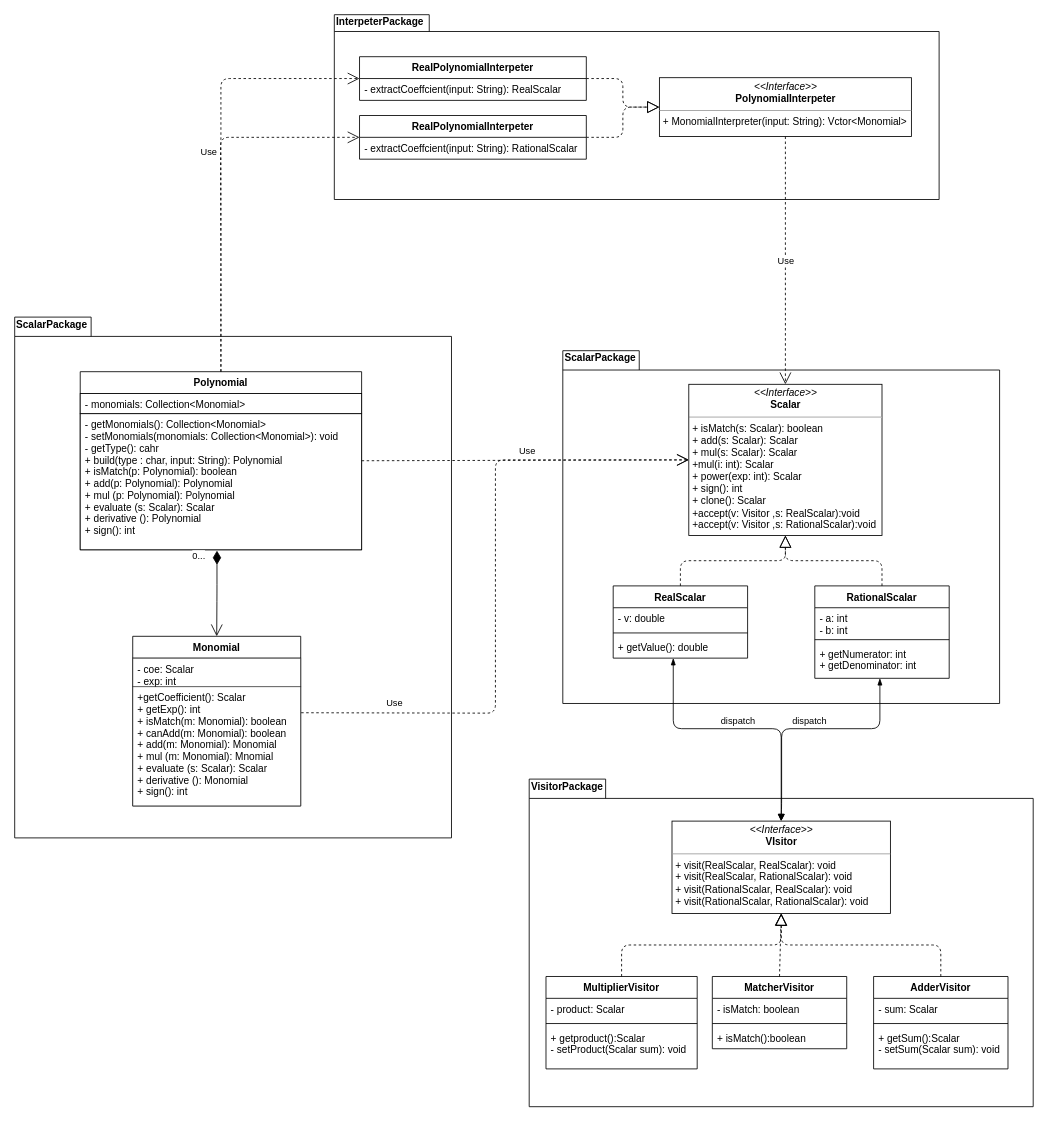
EE-OOP/Ex2 keeps this draw.io diagram as POOP.hw2Diagram.drawio. Above is the earlier version. Source tidied: cells renumbered, new cells numbered last; positions are measured from the earlier drawing's top-left corner, leaving out a move shared by most shapes. Both pictures are drawn from the tidied source at 84%, with x=0, y=0 at pixel (14, 14).
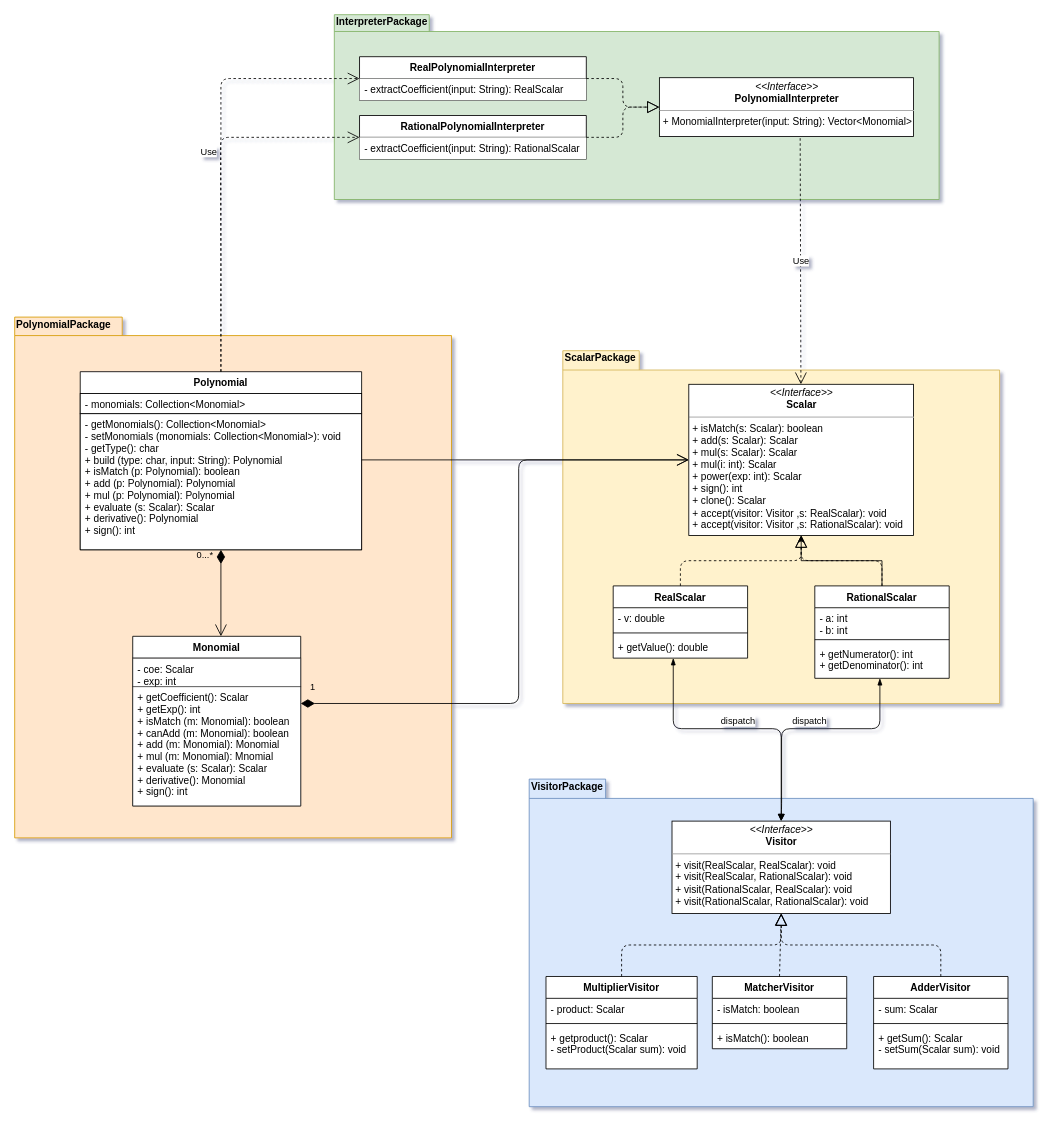
After the change.

The change refers to these unchanged cells:
```xml
<mxCell id="43" value="Polynomial" style="swimlane;fontStyle=1;align=center;verticalAlign=top;horizontal=1;startSize=26;labelBackgroundColor=none;" parent="1" vertex="1">
  <mxGeometry x="78" y="425" width="335" height="212" as="geometry" />
</mxCell>
```

Change to the diagram source:
```diff
@@
-<mxGraphModel>
+<mxGraphModel shadow="1">
@@
-    <mxCell id="2" value="ScalarPackage" style="shape=folder;fontStyle=1;spacingTop=-5;tabWidth=91;tabHeight=23;tabPosition=left;html=1;align=left;verticalAlign=top;" parent="1" vertex="1">
+    <mxCell id="2" value="ScalarPackage" style="shape=folder;fontStyle=1;spacingTop=-5;tabWidth=91;tabHeight=23;tabPosition=left;html=1;align=left;verticalAlign=top;fillColor=#fff2cc;strokeColor=#d6b656;" parent="1" vertex="1">
       <mxGeometry x="652.5" y="400" width="520" height="420" as="geometry" />
     </mxCell>
-    <mxCell id="3" value="VisitorPackage" style="shape=folder;fontStyle=1;spacingTop=-5;tabWidth=91;tabHeight=23;tabPosition=left;html=1;align=left;verticalAlign=top;" parent="1" vertex="1">
+    <mxCell id="3" value="VisitorPackage" style="shape=folder;fontStyle=1;spacingTop=-5;tabWidth=91;tabHeight=23;tabPosition=left;html=1;align=left;verticalAlign=top;fillColor=#dae8fc;strokeColor=#6c8ebf;" parent="1" vertex="1">
       <mxGeometry x="612.5" y="910" width="600" height="390" as="geometry" />
     </mxCell>
-    <mxCell id="4" value="InterpeterPackage" style="shape=folder;fontStyle=1;spacingTop=-5;tabWidth=113;tabHeight=20;tabPosition=left;html=1;align=left;verticalAlign=top;" parent="1" vertex="1">
+    <mxCell id="4" value="InterpreterPackage" style="shape=folder;fontStyle=1;spacingTop=-5;tabWidth=113;tabHeight=20;tabPosition=left;html=1;align=left;verticalAlign=top;fillColor=#d5e8d4;strokeColor=#82b366;" parent="1" vertex="1">
       <mxGeometry x="380.5" width="720" height="220" as="geometry" />
     </mxCell>
-    <mxCell id="5" value="&lt;p style=&quot;margin: 0px ; margin-top: 4px ; text-align: center&quot;&gt;&lt;i&gt;&amp;lt;&amp;lt;Interface&amp;gt;&amp;gt;&lt;/i&gt;&lt;br&gt;&lt;b&gt;VIsitor&lt;/b&gt;&lt;/p&gt;&lt;hr size=&quot;1&quot;&gt;&lt;p style=&quot;margin: 0px ; margin-left: 4px&quot;&gt;+ visit(RealScalar, RealScalar): void&lt;br&gt;+ visit(RealScalar, RationalScalar): void&lt;br&gt;&lt;/p&gt;&lt;p style=&quot;margin: 0px ; margin-left: 4px&quot;&gt;+ visit(RationalScalar, RealScalar): void&lt;br&gt;&lt;/p&gt;&lt;p style=&quot;margin: 0px ; margin-left: 4px&quot;&gt;+ visit(RationalScalar, RationalScalar): void&lt;br&gt;&lt;/p&gt;" style="verticalAlign=top;align=left;overflow=fill;fontSize=12;fontFamily=Helvetica;html=1;" parent="1" vertex="1">
+    <mxCell id="5" value="&lt;p style=&quot;margin: 0px ; margin-top: 4px ; text-align: center&quot;&gt;&lt;i&gt;&amp;lt;&amp;lt;Interface&amp;gt;&amp;gt;&lt;/i&gt;&lt;br&gt;&lt;b&gt;Visitor&lt;/b&gt;&lt;/p&gt;&lt;hr size=&quot;1&quot;&gt;&lt;p style=&quot;margin: 0px ; margin-left: 4px&quot;&gt;+ visit(RealScalar, RealScalar): void&lt;br&gt;+ visit(RealScalar, RationalScalar): void&lt;br&gt;&lt;/p&gt;&lt;p style=&quot;margin: 0px ; margin-left: 4px&quot;&gt;+ visit(RationalScalar, RealScalar): void&lt;br&gt;&lt;/p&gt;&lt;p style=&quot;margin: 0px ; margin-left: 4px&quot;&gt;+ visit(RationalScalar, RationalScalar): void&lt;br&gt;&lt;/p&gt;" style="verticalAlign=top;align=left;overflow=fill;fontSize=12;fontFamily=Helvetica;html=1;" parent="1" vertex="1">
       <mxGeometry x="782.5" y="960" width="260" height="110" as="geometry" />
     </mxCell>
-    <mxCell id="6" value="MatcherVisitor" style="swimlane;fontStyle=1;align=center;verticalAlign=top;horizontal=1;startSize=26;" parent="1" vertex="1">
+    <mxCell id="6" value="MatcherVisitor" style="swimlane;fontStyle=1;align=center;verticalAlign=top;horizontal=1;startSize=26;swimlaneFillColor=#ffffff;" parent="1" vertex="1">
       <mxGeometry x="830.5" y="1145" width="160" height="86" as="geometry" />
     </mxCell>
@@
-    <mxCell id="9" value="+ isMatch():boolean" style="text;strokeColor=none;fillColor=none;align=left;verticalAlign=top;spacingLeft=4;spacingRight=4;overflow=hidden;" parent="6" vertex="1">
+    <mxCell id="9" value="+ isMatch(): boolean" style="text;strokeColor=none;fillColor=none;align=left;verticalAlign=top;spacingLeft=4;spacingRight=4;overflow=hidden;" parent="6" vertex="1">
       <mxGeometry y="60" width="160" height="26" as="geometry" />
     </mxCell>
-    <mxCell id="10" value="MultiplierVisitor" style="swimlane;fontStyle=1;align=center;verticalAlign=top;horizontal=1;startSize=26;" parent="1" vertex="1">
+    <mxCell id="10" value="MultiplierVisitor" style="swimlane;fontStyle=1;align=center;verticalAlign=top;horizontal=1;startSize=26;swimlaneFillColor=#ffffff;" parent="1" vertex="1">
       <mxGeometry x="632.5" y="1145" width="180" height="110" as="geometry" />
     </mxCell>
@@
-    <mxCell id="13" value="+ getproduct():Scalar&#10;- setProduct(Scalar sum): void&#10;" style="text;align=left;verticalAlign=top;spacingLeft=4;spacingRight=4;overflow=hidden;labelBackgroundColor=none;" parent="10" vertex="1">
+    <mxCell id="13" value="+ getproduct(): Scalar&#10;- setProduct(Scalar sum): void&#10;" style="text;align=left;verticalAlign=top;spacingLeft=4;spacingRight=4;overflow=hidden;labelBackgroundColor=none;" parent="10" vertex="1">
       <mxGeometry y="60" width="180" height="50" as="geometry" />
     </mxCell>
-    <mxCell id="14" value="AdderVisitor" style="swimlane;fontStyle=1;align=center;verticalAlign=top;horizontal=1;startSize=26;" parent="1" vertex="1">
+    <mxCell id="14" value="AdderVisitor" style="swimlane;fontStyle=1;align=center;verticalAlign=top;horizontal=1;startSize=26;swimlaneFillColor=#ffffff;" parent="1" vertex="1">
       <mxGeometry x="1022.5" y="1145" width="160" height="110" as="geometry" />
     </mxCell>
@@
-    <mxCell id="17" value="+ getSum():Scalar&#10;- setSum(Scalar sum): void&#10;" style="text;align=left;verticalAlign=top;spacingLeft=4;spacingRight=4;overflow=hidden;labelBackgroundColor=#ffffff;" parent="14" vertex="1">
+    <mxCell id="17" value="+ getSum(): Scalar&#10;- setSum(Scalar sum): void&#10;" style="text;align=left;verticalAlign=top;spacingLeft=4;spacingRight=4;overflow=hidden;labelBackgroundColor=#ffffff;" parent="14" vertex="1">
       <mxGeometry y="60" width="160" height="50" as="geometry" />
     </mxCell>
@@
-    <mxCell id="21" value="&lt;p style=&quot;margin: 0px ; margin-top: 4px ; text-align: center&quot;&gt;&lt;i&gt;&amp;lt;&amp;lt;Interface&amp;gt;&amp;gt;&lt;/i&gt;&lt;br&gt;&lt;b&gt;Scalar&lt;/b&gt;&lt;/p&gt;&lt;hr size=&quot;1&quot;&gt;&lt;p style=&quot;margin: 0px ; margin-left: 4px&quot;&gt;+ isMatch(s: Scalar): boolean&lt;/p&gt;&lt;p style=&quot;margin: 0px ; margin-left: 4px&quot;&gt;+ add(s: Scalar): Scalar&lt;/p&gt;&lt;p style=&quot;margin: 0px ; margin-left: 4px&quot;&gt;+ mul(s: Scalar): Scalar&lt;/p&gt;&lt;p style=&quot;margin: 0px ; margin-left: 4px&quot;&gt;+mul(i: int): Scalar&lt;/p&gt;&lt;p style=&quot;margin: 0px ; margin-left: 4px&quot;&gt;+ power(exp: int): Scalar&lt;/p&gt;&lt;p style=&quot;margin: 0px ; margin-left: 4px&quot;&gt;+ sign(): int&lt;/p&gt;&lt;p style=&quot;margin: 0px ; margin-left: 4px&quot;&gt;+ clone(): Scalar&lt;/p&gt;&lt;p style=&quot;margin: 0px ; margin-left: 4px&quot;&gt;+accept(v: Visitor ,s: RealScalar):void&lt;/p&gt;&lt;p style=&quot;margin: 0px ; margin-left: 4px&quot;&gt;+accept(v: Visitor ,s: RationalScalar):void&lt;br&gt;&lt;/p&gt;" style="verticalAlign=top;align=left;overflow=fill;fontSize=12;fontFamily=Helvetica;html=1;labelBackgroundColor=none;" parent="1" vertex="1">
-      <mxGeometry x="802.5" y="440" width="230" height="180" as="geometry" />
+    <mxCell id="21" value="&lt;p style=&quot;margin: 0px ; margin-top: 4px ; text-align: center&quot;&gt;&lt;i&gt;&amp;lt;&amp;lt;Interface&amp;gt;&amp;gt;&lt;/i&gt;&lt;br&gt;&lt;b&gt;Scalar&lt;/b&gt;&lt;/p&gt;&lt;hr size=&quot;1&quot;&gt;&lt;p style=&quot;margin: 0px ; margin-left: 4px&quot;&gt;+ isMatch(s: Scalar): boolean&lt;/p&gt;&lt;p style=&quot;margin: 0px ; margin-left: 4px&quot;&gt;+ add(s: Scalar): Scalar&lt;/p&gt;&lt;p style=&quot;margin: 0px ; margin-left: 4px&quot;&gt;+ mul(s: Scalar): Scalar&lt;/p&gt;&lt;p style=&quot;margin: 0px ; margin-left: 4px&quot;&gt;+ mul(i: int): Scalar&lt;/p&gt;&lt;p style=&quot;margin: 0px ; margin-left: 4px&quot;&gt;+ power(exp: int): Scalar&lt;/p&gt;&lt;p style=&quot;margin: 0px ; margin-left: 4px&quot;&gt;+ sign(): int&lt;/p&gt;&lt;p style=&quot;margin: 0px ; margin-left: 4px&quot;&gt;+ clone(): Scalar&lt;/p&gt;&lt;p style=&quot;margin: 0px ; margin-left: 4px&quot;&gt;+ accept(visitor: Visitor ,s: RealScalar): void&lt;/p&gt;&lt;p style=&quot;margin: 0px ; margin-left: 4px&quot;&gt;+ accept(visitor: Visitor ,s: RationalScalar): void&lt;br&gt;&lt;/p&gt;" style="verticalAlign=top;align=left;overflow=fill;fontSize=12;fontFamily=Helvetica;html=1;labelBackgroundColor=none;" parent="1" vertex="1">
+      <mxGeometry x="802.5" y="440" width="267.5" height="180" as="geometry" />
     </mxCell>
-    <mxCell id="22" value="RealScalar" style="swimlane;fontStyle=1;align=center;verticalAlign=top;horizontal=1;startSize=26;labelBackgroundColor=none;" parent="1" vertex="1">
+    <mxCell id="22" value="RealScalar" style="swimlane;fontStyle=1;align=center;verticalAlign=top;horizontal=1;startSize=26;labelBackgroundColor=none;swimlaneFillColor=#ffffff;" parent="1" vertex="1">
       <mxGeometry x="712.5" y="680" width="160" height="86" as="geometry" />
     </mxCell>
@@
+    <mxCell id="55" style="edgeStyle=orthogonalEdgeStyle;rounded=0;jettySize=auto;html=1;labelBackgroundColor=#ffffff;" parent="1" edge="1" source="26" target="21">
+      <mxGeometry relative="1" as="geometry" />
+    </mxCell>
-    <mxCell id="26" value="RationalScalar" style="swimlane;fontStyle=1;align=center;verticalAlign=top;horizontal=1;startSize=26;labelBackgroundColor=none;" parent="1" vertex="1">
+    <mxCell id="26" value="RationalScalar" style="swimlane;fontStyle=1;align=center;verticalAlign=top;horizontal=1;startSize=26;labelBackgroundColor=none;gradientColor=none;swimlaneFillColor=#ffffff;" parent="1" vertex="1">
       <mxGeometry x="952.5" y="680" width="160" height="110" as="geometry" />
     </mxCell>
@@
-    <mxCell id="29" value="+ getNumerator: int&#10;+ getDenominator: int" style="text;strokeColor=none;fillColor=none;align=left;verticalAlign=top;spacingLeft=4;spacingRight=4;overflow=hidden;" parent="26" vertex="1">
+    <mxCell id="29" value="+ getNumerator(): int&#10;+ getDenominator(): int" style="text;strokeColor=none;fillColor=none;align=left;verticalAlign=top;spacingLeft=4;spacingRight=4;overflow=hidden;" parent="26" vertex="1">
       <mxGeometry y="68" width="160" height="42" as="geometry" />
     </mxCell>
@@
-    <mxCell id="32" value="&lt;p style=&quot;margin: 0px ; margin-top: 4px ; text-align: center&quot;&gt;&lt;i&gt;&amp;lt;&amp;lt;Interface&amp;gt;&amp;gt;&lt;/i&gt;&lt;br&gt;&lt;b&gt;PolynomialInterpeter&lt;/b&gt;&lt;/p&gt;&lt;hr size=&quot;1&quot;&gt;&lt;p style=&quot;margin: 0px ; margin-left: 4px&quot;&gt;&lt;/p&gt;&lt;p style=&quot;margin: 0px ; margin-left: 4px&quot;&gt;+ MonomialInterpreter(input: String): Vctor&amp;lt;Monomial&amp;gt;&lt;br&gt;&lt;br&gt;&lt;/p&gt;" style="verticalAlign=top;align=left;overflow=fill;fontSize=12;fontFamily=Helvetica;html=1;labelBackgroundColor=none;" parent="1" vertex="1">
-      <mxGeometry x="767.5" y="75" width="300" height="70" as="geometry" />
+    <mxCell id="32" value="&lt;p style=&quot;margin: 0px ; margin-top: 4px ; text-align: center&quot;&gt;&lt;i&gt;&amp;lt;&amp;lt;Interface&amp;gt;&amp;gt;&lt;/i&gt;&lt;br&gt;&lt;b&gt;PolynomialInterpreter&lt;/b&gt;&lt;/p&gt;&lt;hr size=&quot;1&quot;&gt;&lt;p style=&quot;margin: 0px ; margin-left: 4px&quot;&gt;&lt;/p&gt;&lt;p style=&quot;margin: 0px ; margin-left: 4px&quot;&gt;+ MonomialInterpreter(input: String): Vector&amp;lt;Monomial&amp;gt;&lt;br&gt;&lt;br&gt;&lt;/p&gt;" style="verticalAlign=top;align=left;overflow=fill;fontSize=12;fontFamily=Helvetica;html=1;labelBackgroundColor=none;" parent="1" vertex="1">
+      <mxGeometry x="767.5" y="75" width="302.5" height="70" as="geometry" />
     </mxCell>
-    <mxCell id="33" value="RealPolynomialInterpeter" style="swimlane;fontStyle=1;align=center;verticalAlign=top;horizontal=1;startSize=26;labelBackgroundColor=none;" parent="1" vertex="1">
+    <mxCell id="33" value="RealPolynomialInterpreter" style="swimlane;fontStyle=1;align=center;verticalAlign=top;horizontal=1;startSize=26;labelBackgroundColor=none;" parent="1" vertex="1">
       <mxGeometry x="410.5" y="50" width="270" height="52" as="geometry" />
     </mxCell>
-    <mxCell id="34" value="- extractCoeffcient(input: String): RealScalar" style="text;strokeColor=none;fillColor=none;align=left;verticalAlign=top;spacingLeft=4;spacingRight=4;overflow=hidden;" parent="33" vertex="1">
+    <mxCell id="34" value="- extractCoefficient(input: String): RealScalar" style="text;strokeColor=none;fillColor=#ffffff;align=left;verticalAlign=top;spacingLeft=4;spacingRight=4;overflow=hidden;" parent="33" vertex="1">
       <mxGeometry y="26" width="270" height="26" as="geometry" />
     </mxCell>
-    <mxCell id="35" value="RealPolynomialInterpeter" style="swimlane;fontStyle=1;align=center;verticalAlign=top;horizontal=1;startSize=26;labelBackgroundColor=none;" parent="1" vertex="1">
+    <mxCell id="35" value="RationalPolynomialInterpreter" style="swimlane;fontStyle=1;align=center;verticalAlign=top;horizontal=1;startSize=26;labelBackgroundColor=none;" parent="1" vertex="1">
       <mxGeometry x="410.5" y="120" width="270" height="52" as="geometry" />
     </mxCell>
-    <mxCell id="36" value="- extractCoeffcient(input: String): RationalScalar" style="text;strokeColor=none;fillColor=none;align=left;verticalAlign=top;spacingLeft=4;spacingRight=4;overflow=hidden;" parent="35" vertex="1">
+    <mxCell id="36" value="- extractCoefficient(input: String): RationalScalar" style="text;strokeColor=none;fillColor=#ffffff;align=left;verticalAlign=top;spacingLeft=4;spacingRight=4;overflow=hidden;" parent="35" vertex="1">
       <mxGeometry y="26" width="270" height="26" as="geometry" />
     </mxCell>
@@
-    <mxCell id="39" value="ScalarPackage" style="shape=folder;fontStyle=1;spacingTop=-5;tabWidth=91;tabHeight=23;tabPosition=left;html=1;align=left;verticalAlign=top;" parent="1" vertex="1">
+    <mxCell id="39" value="PolynomialPackage" style="shape=folder;fontStyle=1;spacingTop=-5;tabWidth=128;tabHeight=22;tabPosition=left;html=1;align=left;verticalAlign=top;fillColor=#ffe6cc;strokeColor=#d79b00;" parent="1" vertex="1">
       <mxGeometry y="360" width="520" height="620" as="geometry" />
     </mxCell>
-    <mxCell id="40" value="Monomial" style="swimlane;fontStyle=1;align=center;verticalAlign=top;horizontal=1;startSize=26;labelBackgroundColor=none;" parent="1" vertex="1">
+    <mxCell id="40" value="Monomial" style="swimlane;fontStyle=1;align=center;verticalAlign=top;horizontal=1;startSize=26;labelBackgroundColor=none;swimlaneFillColor=#ffffff;" parent="1" vertex="1">
       <mxGeometry x="140.5" y="740" width="200" height="202" as="geometry" />
     </mxCell>
@@
-    <mxCell id="42" value="+getCoefficient(): Scalar&#10;+ getExp(): int&#10;+ isMatch(m: Monomial): boolean&#10;+ canAdd(m: Monomial): boolean&#10;+ add(m: Monomial): Monomial&#10;+ mul (m: Monomial): Mnomial&#10;+ evaluate (s: Scalar): Scalar&#10;+ derivative (): Monomial&#10;+ sign(): int" style="text;strokeColor=#000000;fillColor=#ffffff;align=left;verticalAlign=top;spacingLeft=4;spacingRight=4;overflow=hidden;points=[[0,0.5],[1,0.5]];portConstraint=eastwest;opacity=50;" parent="40" vertex="1">
+    <mxCell id="42" value="+ getCoefficient(): Scalar&#10;+ getExp(): int&#10;+ isMatch (m: Monomial): boolean&#10;+ canAdd (m: Monomial): boolean&#10;+ add (m: Monomial): Monomial&#10;+ mul (m: Monomial): Mnomial&#10;+ evaluate (s: Scalar): Scalar&#10;+ derivative(): Monomial&#10;+ sign(): int" style="text;strokeColor=#000000;fillColor=#ffffff;align=left;verticalAlign=top;spacingLeft=4;spacingRight=4;overflow=hidden;points=[[0,0.5],[1,0.5]];portConstraint=eastwest;opacity=50;" parent="40" vertex="1">
       <mxGeometry y="60" width="200" height="142" as="geometry" />
     </mxCell>
@@
-    <mxCell id="46" value="- getMonomials(): Collection&lt;Monomial&gt;&#10;- setMonomials(monomials: Collection&lt;Monomial&gt;): void&#10;- getType(): cahr&#10;+ build(type : char, input: String): Polynomial&#10;+ isMatch(p: Polynomial): boolean&#10;+ add(p: Polynomial): Polynomial&#10;+ mul (p: Polynomial): Polynomial&#10;+ evaluate (s: Scalar): Scalar&#10;+ derivative (): Polynomial&#10;+ sign(): int" style="text;strokeColor=#000000;fillColor=#ffffff;align=left;verticalAlign=top;spacingLeft=4;spacingRight=4;overflow=hidden;points=[[0,0.5],[1,0.5]];portConstraint=eastwest;" parent="43" vertex="1">
+    <mxCell id="46" value="- getMonomials(): Collection&lt;Monomial&gt;&#10;- setMonomials (monomials: Collection&lt;Monomial&gt;): void&#10;- getType(): char&#10;+ build (type: char, input: String): Polynomial&#10;+ isMatch (p: Polynomial): boolean&#10;+ add (p: Polynomial): Polynomial&#10;+ mul (p: Polynomial): Polynomial&#10;+ evaluate (s: Scalar): Scalar&#10;+ derivative(): Polynomial&#10;+ sign(): int" style="text;strokeColor=#000000;fillColor=#ffffff;align=left;verticalAlign=top;spacingLeft=4;spacingRight=4;overflow=hidden;points=[[0,0.5],[1,0.5]];portConstraint=eastwest;" parent="43" vertex="1">
       <mxGeometry y="50" width="335" height="162" as="geometry" />
     </mxCell>
-    <mxCell id="47" value="0..." style="endArrow=open;html=1;endSize=12;startArrow=diamondThin;startSize=14;startFill=1;edgeStyle=orthogonalEdgeStyle;align=left;verticalAlign=bottom;exitX=0.486;exitY=1.006;exitDx=0;exitDy=0;exitPerimeter=0;" parent="1" edge="1" source="46" target="40">
-      <mxGeometry x="-0.7" y="-31" relative="1" as="geometry" />
+    <mxCell id="47" value="0...*" style="endArrow=open;html=1;endSize=12;startArrow=diamondThin;startSize=14;startFill=1;edgeStyle=orthogonalEdgeStyle;align=left;verticalAlign=bottom;labelBackgroundColor=none;" parent="1" edge="1" source="46" target="40">
+      <mxGeometry x="-0.7" y="-31" relative="1" as="geometry">
+        <Array as="points">
+          <mxPoint x="241" y="610" />
+          <mxPoint x="241" y="610" />
+        </Array>
+      </mxGeometry>
     </mxCell>
@@
-    <mxCell id="50" value="Use" style="endArrow=open;endSize=12;dashed=1;html=1;exitX=0.5;exitY=1;exitDx=0;exitDy=0;entryX=0.5;entryY=0;entryDx=0;entryDy=0;" parent="1" edge="1" source="32" target="21">
+    <mxCell id="50" value="Use" style="endArrow=open;endSize=12;dashed=1;html=1;labelBackgroundColor=#ffffff;exitX=0.554;exitY=1.029;exitDx=0;exitDy=0;exitPerimeter=0;" parent="1" edge="1" source="32" target="21">
       <mxGeometry relative="1" as="geometry" />
     </mxCell>
-    <mxCell id="51" value="Use" style="endArrow=open;endSize=12;dashed=1;html=1;edgeStyle=orthogonalEdgeStyle;exitX=0.5;exitY=0;exitDx=0;exitDy=0;" parent="1" edge="1" source="43" target="33">
+    <mxCell id="51" value="Use" style="endArrow=open;endSize=12;dashed=1;html=1;edgeStyle=orthogonalEdgeStyle;exitX=0.5;exitY=0;exitDx=0;exitDy=0;labelBackgroundColor=#ffffff;" parent="1" edge="1" source="43" target="33">
       <mxGeometry x="0.02" y="15" relative="1" as="geometry">
         <Array as="points">
           <mxPoint x="245" y="76" />
         </Array>
       </mxGeometry>
     </mxCell>
-    <mxCell id="52" style="endArrow=open;endSize=12;dashed=1;html=1;edgeStyle=orthogonalEdgeStyle;exitX=0.5;exitY=0;exitDx=0;exitDy=0;" parent="1" edge="1" source="43" target="35">
+    <mxCell id="52" style="endArrow=open;endSize=12;dashed=1;html=1;edgeStyle=orthogonalEdgeStyle;exitX=0.5;exitY=0;exitDx=0;exitDy=0;rounded=1;" parent="1" edge="1" source="43" target="35">
       <mxGeometry relative="1" as="geometry">
         <Array as="points">
           <mxPoint x="245" y="296" />
           <mxPoint x="245" y="146" />
         </Array>
       </mxGeometry>
     </mxCell>
-    <mxCell id="53" value="Use" style="endArrow=open;endSize=12;dashed=1;html=1;entryX=0;entryY=0.5;entryDx=0;entryDy=0;edgeStyle=orthogonalEdgeStyle;" parent="1" edge="1" target="21">
-      <mxGeometry x="-0.71" y="11" relative="1" as="geometry">
-        <mxPoint x="341" y="831" as="sourcePoint" />
-      </mxGeometry>
-    </mxCell>
-    <mxCell id="54" value="Use" style="endArrow=open;endSize=12;dashed=1;html=1;exitX=1;exitY=0.5;exitDx=0;exitDy=0;entryX=0;entryY=0.5;entryDx=0;entryDy=0;" parent="1" edge="1" source="43" target="21">
-      <mxGeometry x="0.01" y="10" relative="1" as="geometry" />
-    </mxCell>
+    <mxCell id="56" value="1" style="endArrow=open;html=1;endSize=12;startArrow=diamondThin;startSize=14;startFill=1;edgeStyle=orthogonalEdgeStyle;align=left;verticalAlign=bottom;labelBackgroundColor=none;" parent="1" edge="1" source="42" target="21">
+      <mxGeometry x="-0.28" y="250" relative="1" as="geometry">
+        <Array as="points">
+          <mxPoint x="600" y="820" />
+          <mxPoint x="600" y="530" />
+        </Array>
+        <mxPoint y="1" as="offset" />
+      </mxGeometry>
+    </mxCell>
+    <mxCell id="57" style="endArrow=open;endFill=1;endSize=12;html=1;labelBackgroundColor=none;" parent="1" edge="1" target="21">
+      <mxGeometry relative="1" as="geometry">
+        <mxPoint x="413" y="530" as="sourcePoint" />
+      </mxGeometry>
+    </mxCell>
```
